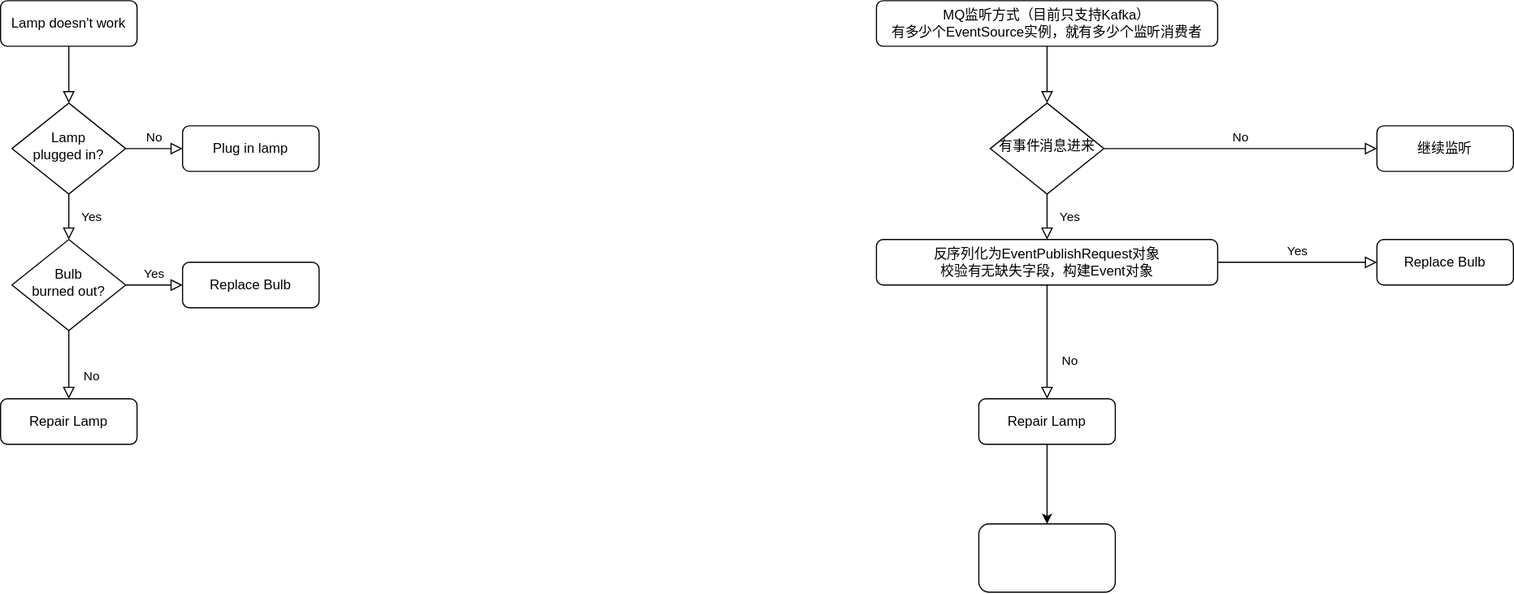
Above: 未命名绘图.drawio.svg in 1171229771/draw (draw.io), before the change. Source tidied: cells renumbered, new cells last; positions are measured from the earlier drawing's top-left corner, leaving out a move shared by most shapes.
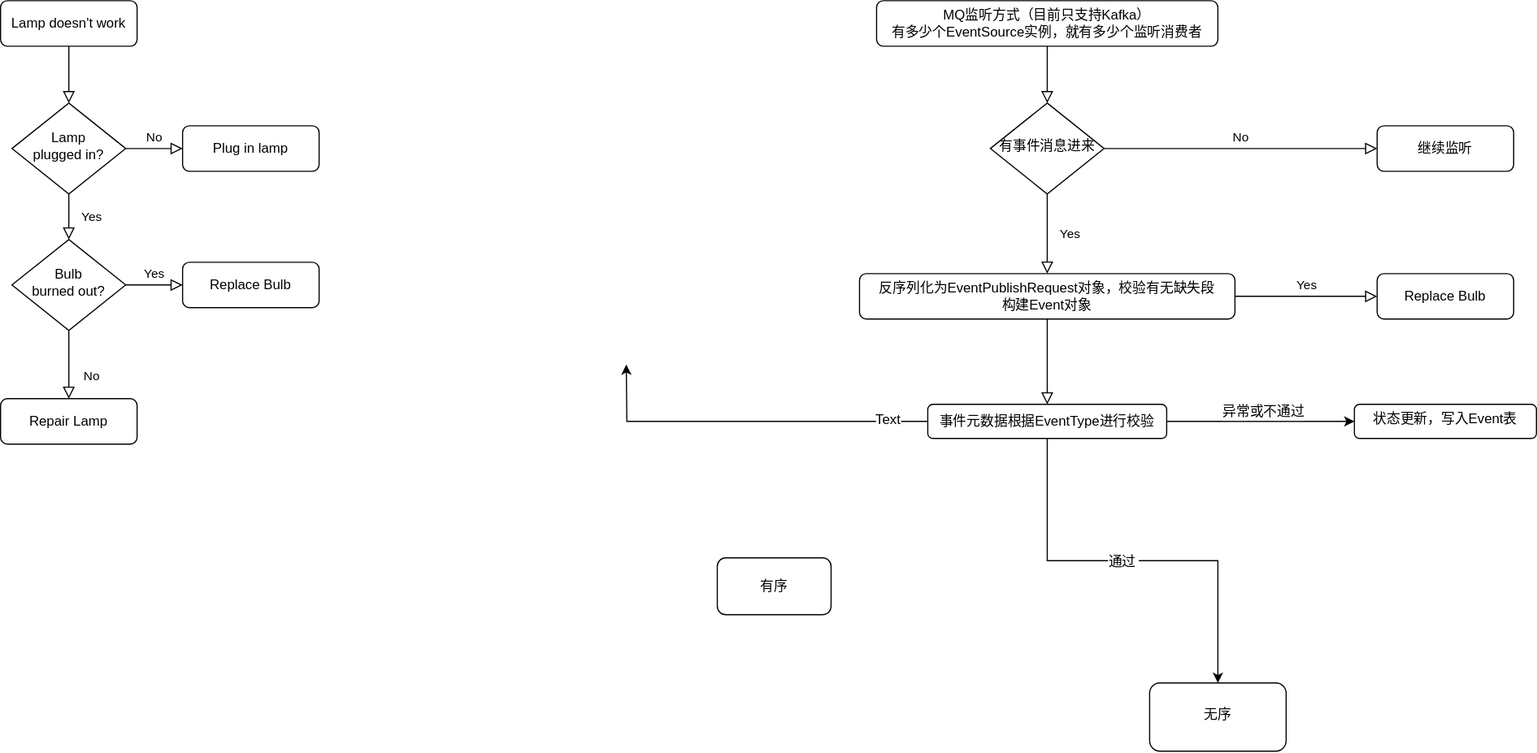
The same diagram one commit later.

Commit message:
更新未命名绘图.drawio.svg

Change to the diagram source:
```diff
@@ -50,29 +50,56 @@
     <mxCell id="17" value="继续监听" style="rounded=1;whiteSpace=wrap;html=1;fontSize=12;glass=0;strokeWidth=1;shadow=0;" parent="1" vertex="1">
       <mxGeometry x="1210" y="110" width="120" height="40" as="geometry" />
     </mxCell>
-    <mxCell id="18" style="edgeStyle=orthogonalEdgeStyle;rounded=0;jettySize=auto;html=1;fontFamily=Helvetica;fontSize=12;fontColor=default;" parent="1" edge="1" source="19" target="25">
+    <mxCell id="18" style="edgeStyle=orthogonalEdgeStyle;rounded=0;jettySize=auto;html=1;fontFamily=Helvetica;fontSize=12;fontColor=default;entryX=0.5;entryY=0;entryDx=0;entryDy=0;" parent="1" edge="1" source="19" target="32">
       <mxGeometry relative="1" as="geometry" />
     </mxCell>
+    <mxCell id="26" value="通过&lt;span style=&quot;white-space: pre;&quot;&gt;&#9;&lt;/span&gt;" style="edgeLabel;html=1;align=center;verticalAlign=middle;fontSize=12;fontFamily=Helvetica;fontColor=default;" parent="18" vertex="1">
+      <mxGeometry x="-0.05" y="-1" relative="1" as="geometry">
+        <mxPoint x="2" as="offset" />
+      </mxGeometry>
+    </mxCell>
+    <mxCell id="27" style="edgeStyle=orthogonalEdgeStyle;rounded=0;jettySize=auto;html=1;entryX=0;entryY=0.5;entryDx=0;entryDy=0;fontFamily=Helvetica;fontSize=12;fontColor=default;" parent="1" edge="1" source="19" target="31">
+      <mxGeometry relative="1" as="geometry" />
+    </mxCell>
+    <mxCell id="28" value="异常或不通过" style="edgeLabel;html=1;align=center;verticalAlign=middle;fontSize=12;fontFamily=Helvetica;fontColor=default;" parent="27" vertex="1">
+      <mxGeometry x="0.02" y="-1" relative="1" as="geometry">
+        <mxPoint y="-9" as="offset" />
+      </mxGeometry>
+    </mxCell>
+    <mxCell id="29" style="edgeStyle=orthogonalEdgeStyle;rounded=0;jettySize=auto;html=1;fontFamily=Helvetica;fontSize=12;fontColor=default;" parent="1" edge="1" source="19">
+      <mxGeometry relative="1" as="geometry">
+        <mxPoint x="550" y="320" as="targetPoint" />
+      </mxGeometry>
+    </mxCell>
+    <mxCell id="30" value="Text" style="edgeLabel;html=1;align=center;verticalAlign=middle;fontSize=12;fontFamily=Helvetica;fontColor=default;" parent="29" vertex="1">
+      <mxGeometry x="-0.77" y="-1" relative="1" as="geometry" />
+    </mxCell>
-    <mxCell id="19" value="Repair Lamp" style="rounded=1;whiteSpace=wrap;html=1;fontSize=12;glass=0;strokeWidth=1;shadow=0;" parent="1" vertex="1">
-      <mxGeometry x="860" y="350" width="120" height="40" as="geometry" />
+    <mxCell id="19" value="事件元数据根据EventType进行&lt;span style=&quot;background-color: initial;&quot;&gt;校验&lt;/span&gt;" style="rounded=1;whiteSpace=wrap;html=1;fontSize=12;glass=0;strokeWidth=1;shadow=0;" parent="1" vertex="1">
+      <mxGeometry x="815" y="355" width="210" height="30" as="geometry" />
     </mxCell>
     <mxCell id="20" value="Replace Bulb" style="rounded=1;whiteSpace=wrap;html=1;fontSize=12;glass=0;strokeWidth=1;shadow=0;" parent="1" vertex="1">
-      <mxGeometry x="1210" y="210" width="120" height="40" as="geometry" />
+      <mxGeometry x="1210" y="240" width="120" height="40" as="geometry" />
     </mxCell>
     <mxCell id="21" value="Yes" style="rounded=0;html=1;jettySize=auto;fontSize=11;endArrow=block;endFill=0;endSize=8;strokeWidth=1;shadow=0;labelBackgroundColor=none;edgeStyle=orthogonalEdgeStyle;entryX=0.5;entryY=0;entryDx=0;entryDy=0;" parent="1" edge="1" source="16" target="24">
       <mxGeometry y="20" relative="1" as="geometry" />
     </mxCell>
-    <mxCell id="22" value="No" style="rounded=0;html=1;jettySize=auto;fontSize=11;endArrow=block;endFill=0;endSize=8;strokeWidth=1;shadow=0;labelBackgroundColor=none;edgeStyle=orthogonalEdgeStyle;exitX=0.5;exitY=1;exitDx=0;exitDy=0;" parent="1" edge="1" source="24" target="19">
+    <mxCell id="22" style="rounded=0;html=1;jettySize=auto;fontSize=11;endArrow=block;endFill=0;endSize=8;strokeWidth=1;shadow=0;labelBackgroundColor=none;edgeStyle=orthogonalEdgeStyle;exitX=0.5;exitY=1;exitDx=0;exitDy=0;" parent="1" edge="1" source="24" target="19">
       <mxGeometry x="0.33" y="20" relative="1" as="geometry" />
     </mxCell>
     <mxCell id="23" value="Yes" style="edgeStyle=orthogonalEdgeStyle;rounded=0;html=1;jettySize=auto;fontSize=11;endArrow=block;endFill=0;endSize=8;strokeWidth=1;shadow=0;labelBackgroundColor=none;exitX=1;exitY=0.5;exitDx=0;exitDy=0;" parent="1" edge="1" source="24" target="20">
       <mxGeometry y="10" relative="1" as="geometry" />
     </mxCell>
-    <mxCell id="24" value="反序列化为EventPublishRequest对象&lt;br&gt;校验有无缺失字段，构建Event对象" style="rounded=1;html=1;fontSize=12;glass=0;strokeWidth=1;shadow=0;whiteSpace=wrap;" parent="1" vertex="1">
-      <mxGeometry x="770" y="210" width="300" height="40" as="geometry" />
+    <mxCell id="24" value="反序列化为EventPublishRequest对象，校验有无缺失段&lt;br&gt;构建Event对象" style="rounded=1;html=1;fontSize=12;glass=0;strokeWidth=1;shadow=0;whiteSpace=wrap;" parent="1" vertex="1">
+      <mxGeometry x="755" y="240" width="330" height="40" as="geometry" />
     </mxCell>
-    <mxCell id="25" style="whiteSpace=wrap;html=1;rounded=1;glass=0;strokeWidth=1;shadow=0;" parent="1" vertex="1">
-      <mxGeometry x="860" y="460" width="120" height="60" as="geometry" />
+    <mxCell id="25" value="有序" style="whiteSpace=wrap;html=1;rounded=1;glass=0;strokeWidth=1;shadow=0;" parent="1" vertex="1">
+      <mxGeometry x="630" y="490" width="100" height="50" as="geometry" />
     </mxCell>
+    <mxCell id="31" value="状态更新，写入Event表&lt;br&gt;" style="rounded=1;whiteSpace=wrap;html=1;shadow=0;strokeColor=default;strokeWidth=1;align=center;verticalAlign=middle;spacingTop=-4;spacing=6;fontFamily=Helvetica;fontSize=12;fontColor=default;fillColor=default;" parent="1" vertex="1">
+      <mxGeometry x="1190" y="355" width="160" height="30" as="geometry" />
+    </mxCell>
+    <mxCell id="32" value="无序" style="rounded=1;whiteSpace=wrap;html=1;shadow=0;strokeColor=default;strokeWidth=1;align=center;verticalAlign=middle;spacingTop=-4;spacing=6;fontFamily=Helvetica;fontSize=12;fontColor=default;fillColor=default;" parent="1" vertex="1">
+      <mxGeometry x="1010" y="600" width="120" height="60" as="geometry" />
+    </mxCell>
   </root>
 </mxGraphModel>
```
